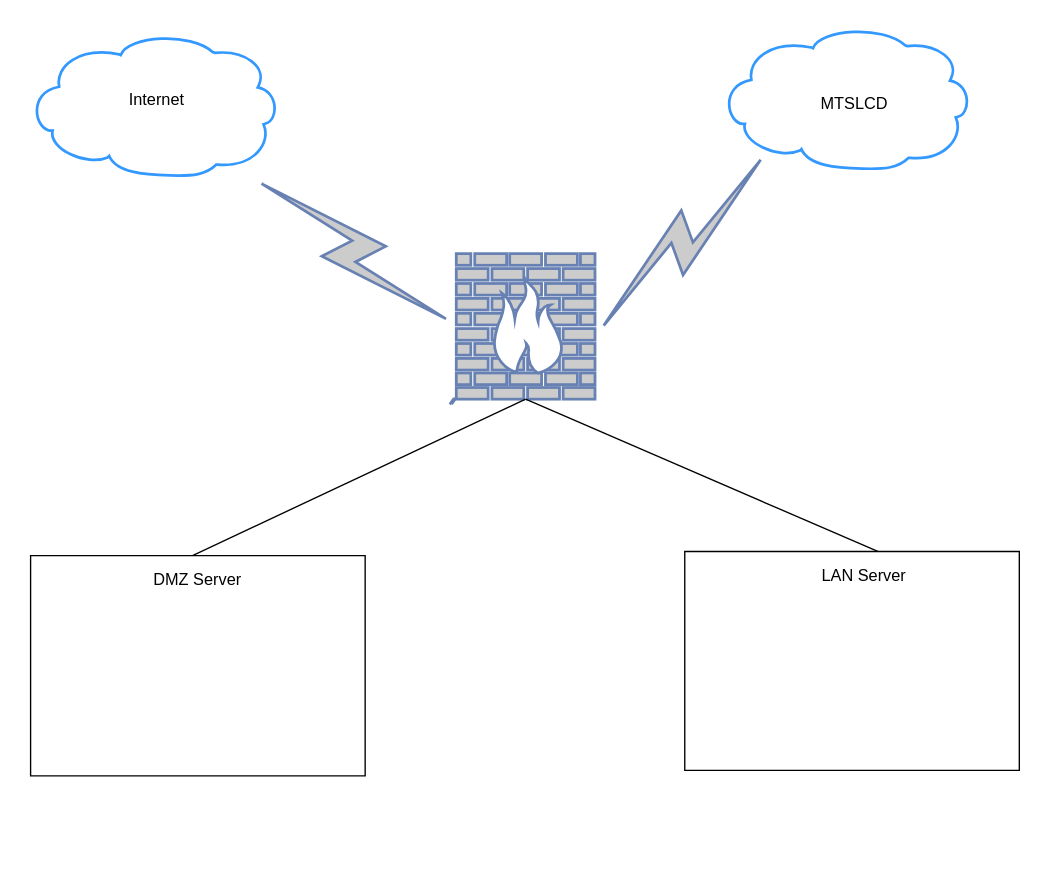
This is sodongly.drawio from pnptai94/giaydiduongbluezone, a draw.io file, before an edit. Source tidied: cells renumbered, new cells numbered last; positions are measured from the earlier drawing's top-left corner, leaving out a move shared by most shapes. Both pictures are drawn from the tidied source at 136%, with x=0, y=0 at pixel (26, 24).
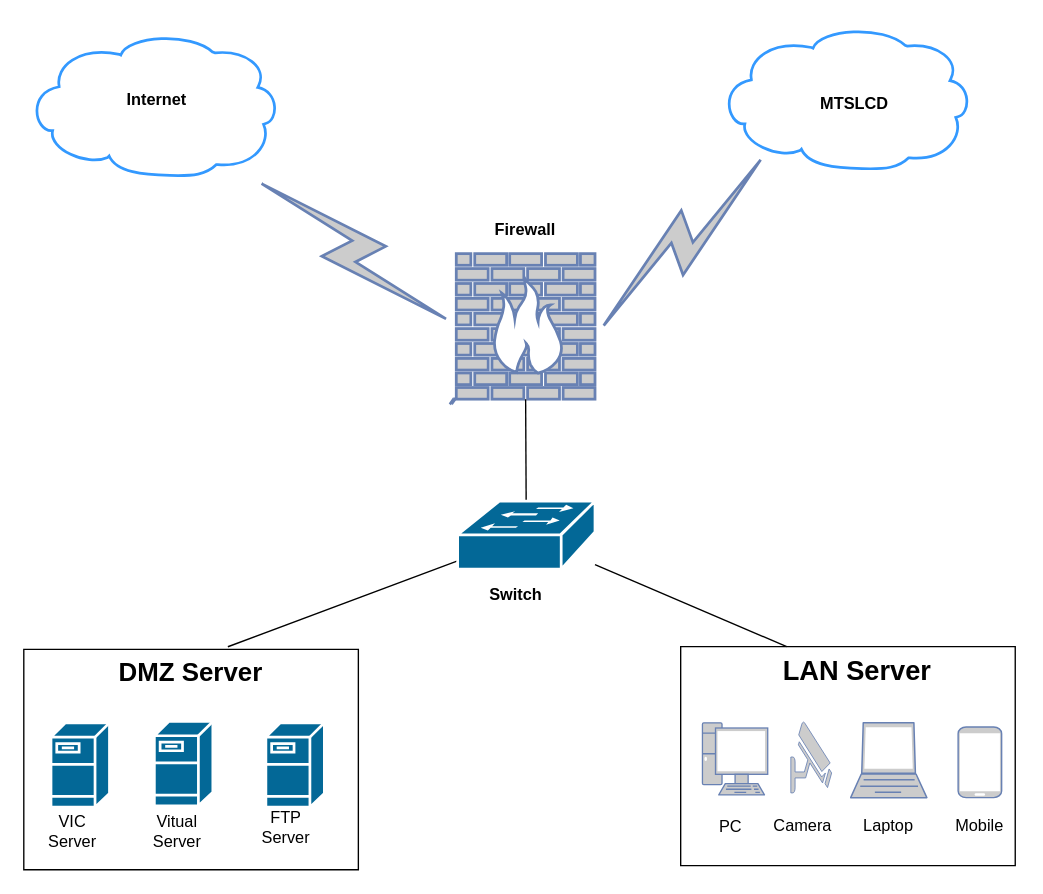
The same diagram, later.

Unchanged cells that the change refers to:
```xml
<mxCell id="5" style="fontColor=#0066CC;verticalAlign=top;verticalLabelPosition=bottom;labelPosition=center;align=center;html=1;outlineConnect=0;fillColor=#CCCCCC;strokeColor=#6881B3;gradientColor=none;gradientDirection=north;strokeWidth=2;shape=mxgraph.networks.firewall;labelBackgroundColor=#FFFFFF;" parent="1" vertex="1">
  <mxGeometry x="316" y="168" width="102" height="107" as="geometry" />
</mxCell>
```

Diff of the diagram source:
```diff
@@
-    <mxCell id="8" style="edgeStyle=none;rounded=0;jettySize=auto;html=1;entryX=0.5;entryY=1;entryDx=0;entryDy=0;entryPerimeter=0;endArrow=none;endFill=0;exitX=0.484;exitY=0;exitDx=0;exitDy=0;exitPerimeter=0;" parent="1" edge="1" source="9" target="5">
-      <mxGeometry relative="1" as="geometry" />
-    </mxCell>
     <mxCell id="9" style="verticalLabelPosition=bottom;verticalAlign=top;html=1;shape=mxgraph.basic.rect;fillColor2=none;strokeWidth=1;size=20;indent=5;labelBackgroundColor=#FFFFFF;fillColor=none;" parent="1" vertex="1">
-      <mxGeometry x="3" y="390" width="246" height="162" as="geometry" />
+      <mxGeometry x="-2" y="459" width="246" height="162" as="geometry" />
     </mxCell>
-    <mxCell id="10" style="edgeStyle=none;rounded=0;jettySize=auto;html=1;entryX=0.5;entryY=1;entryDx=0;entryDy=0;entryPerimeter=0;endArrow=none;endFill=0;exitX=0.577;exitY=0;exitDx=0;exitDy=0;exitPerimeter=0;" parent="1" edge="1" source="11" target="5">
-      <mxGeometry relative="1" as="geometry" />
-    </mxCell>
     <mxCell id="11" style="verticalLabelPosition=bottom;verticalAlign=top;html=1;shape=mxgraph.basic.rect;fillColor2=none;strokeWidth=1;size=20;indent=5;labelBackgroundColor=#FFFFFF;fillColor=none;" parent="1" vertex="1">
-      <mxGeometry x="484" y="387" width="246" height="161" as="geometry" />
+      <mxGeometry x="481" y="457" width="246" height="161" as="geometry" />
     </mxCell>
-    <mxCell id="12" value="DMZ Server" style="text;html=1;strokeColor=none;fillColor=none;align=center;verticalAlign=middle;whiteSpace=wrap;rounded=0;labelBackgroundColor=#FFFFFF;" parent="1" vertex="1">
-      <mxGeometry x="69" y="393" width="114" height="30" as="geometry" />
+    <mxCell id="12" value="&lt;b style=&quot;background-color: rgb(255 , 255 , 255)&quot;&gt;&lt;font style=&quot;font-size: 19px&quot;&gt;DMZ Server&lt;/font&gt;&lt;/b&gt;" style="text;html=1;strokeColor=none;fillColor=none;align=center;verticalAlign=middle;whiteSpace=wrap;rounded=0;labelBackgroundColor=#FFFFFF;" parent="1" vertex="1">
+      <mxGeometry x="64" y="462" width="114" height="30" as="geometry" />
     </mxCell>
-    <mxCell id="13" value="MTSLCD" style="text;html=1;strokeColor=none;fillColor=none;align=center;verticalAlign=middle;whiteSpace=wrap;rounded=0;labelBackgroundColor=#FFFFFF;" parent="1" vertex="1">
+    <mxCell id="13" value="&lt;b&gt;MTSLCD&lt;/b&gt;" style="text;html=1;strokeColor=none;fillColor=none;align=center;verticalAlign=middle;whiteSpace=wrap;rounded=0;labelBackgroundColor=#FFFFFF;" parent="1" vertex="1">
       <mxGeometry x="579" y="43" width="60" height="30" as="geometry" />
     </mxCell>
-    <mxCell id="14" value="Internet" style="text;html=1;strokeColor=none;fillColor=none;align=center;verticalAlign=middle;whiteSpace=wrap;rounded=0;labelBackgroundColor=#FFFFFF;" parent="1" vertex="1">
+    <mxCell id="14" value="&lt;b&gt;Internet&lt;/b&gt;" style="text;html=1;strokeColor=none;fillColor=none;align=center;verticalAlign=middle;whiteSpace=wrap;rounded=0;labelBackgroundColor=#FFFFFF;" parent="1" vertex="1">
       <mxGeometry x="66" y="40" width="60" height="30" as="geometry" />
     </mxCell>
-    <mxCell id="15" value="LAN Server" style="text;html=1;strokeColor=none;fillColor=none;align=center;verticalAlign=middle;whiteSpace=wrap;rounded=0;labelBackgroundColor=#FFFFFF;" parent="1" vertex="1">
-      <mxGeometry x="559" y="390" width="114" height="30" as="geometry" />
+    <mxCell id="15" value="&lt;b&gt;&lt;font style=&quot;font-size: 20px ; background-color: rgb(255 , 255 , 255)&quot;&gt;LAN Server&lt;/font&gt;&lt;/b&gt;" style="text;html=1;strokeColor=none;fillColor=none;align=center;verticalAlign=middle;whiteSpace=wrap;rounded=0;labelBackgroundColor=#FFFFFF;" parent="1" vertex="1">
+      <mxGeometry x="554" y="459" width="114" height="30" as="geometry" />
     </mxCell>
+    <mxCell id="16" style="shape=mxgraph.cisco.servers.fileserver;sketch=0;html=1;dashed=0;fillColor=#036897;strokeColor=#ffffff;strokeWidth=2;verticalLabelPosition=bottom;verticalAlign=top;align=center;labelBackgroundColor=#FFFFFF;" parent="1" vertex="1">
+      <mxGeometry x="18" y="513" width="43" height="62" as="geometry" />
+    </mxCell>
+    <mxCell id="17" style="shape=mxgraph.cisco.servers.fileserver;sketch=0;html=1;dashed=0;fillColor=#036897;strokeColor=#ffffff;strokeWidth=2;verticalLabelPosition=bottom;verticalAlign=top;align=center;labelBackgroundColor=#FFFFFF;" parent="1" vertex="1">
+      <mxGeometry x="94" y="512" width="43" height="62" as="geometry" />
+    </mxCell>
+    <mxCell id="18" style="shape=mxgraph.cisco.servers.fileserver;sketch=0;html=1;dashed=0;fillColor=#036897;strokeColor=#ffffff;strokeWidth=2;verticalLabelPosition=bottom;verticalAlign=top;align=center;labelBackgroundColor=#FFFFFF;" parent="1" vertex="1">
+      <mxGeometry x="176" y="513" width="43" height="62" as="geometry" />
+    </mxCell>
+    <mxCell id="19" style="fontColor=#0066CC;verticalAlign=top;verticalLabelPosition=bottom;labelPosition=center;align=center;html=1;fillColor=#CCCCCC;strokeColor=#6881B3;gradientColor=none;gradientDirection=north;strokeWidth=2;shape=mxgraph.networks.pc;labelBackgroundColor=#FFFFFF;" parent="1" vertex="1">
+      <mxGeometry x="497" y="513" width="48" height="53" as="geometry" />
+    </mxCell>
+    <mxCell id="20" style="fontColor=#0066CC;verticalAlign=top;verticalLabelPosition=bottom;labelPosition=center;align=center;html=1;fillColor=#CCCCCC;strokeColor=#6881B3;gradientColor=none;gradientDirection=north;strokeWidth=2;shape=mxgraph.networks.security_camera;labelBackgroundColor=#FFFFFF;" parent="1" vertex="1">
+      <mxGeometry x="562" y="512" width="30" height="52.5" as="geometry" />
+    </mxCell>
+    <mxCell id="21" style="fontColor=#0066CC;verticalAlign=top;verticalLabelPosition=bottom;labelPosition=center;align=center;html=1;fillColor=#CCCCCC;strokeColor=#6881B3;gradientColor=none;gradientDirection=north;strokeWidth=2;shape=mxgraph.networks.laptop;labelBackgroundColor=#FFFFFF;" parent="1" vertex="1">
+      <mxGeometry x="606" y="513" width="56" height="55" as="geometry" />
+    </mxCell>
+    <mxCell id="22" style="fontColor=#0066CC;verticalAlign=top;verticalLabelPosition=bottom;labelPosition=center;align=center;html=1;fillColor=#CCCCCC;strokeColor=#6881B3;gradientColor=none;gradientDirection=north;strokeWidth=2;shape=mxgraph.networks.mobile;labelBackgroundColor=#FFFFFF;" parent="1" vertex="1">
+      <mxGeometry x="685" y="516" width="32" height="52" as="geometry" />
+    </mxCell>
+    <mxCell id="23" value="FTP Server" style="text;html=1;strokeColor=none;fillColor=none;align=center;verticalAlign=middle;whiteSpace=wrap;rounded=0;labelBackgroundColor=#FFFFFF;" parent="1" vertex="1">
+      <mxGeometry x="161" y="575" width="60" height="30" as="geometry" />
+    </mxCell>
+    <mxCell id="24" value="Vitual Server" style="text;html=1;strokeColor=none;fillColor=none;align=center;verticalAlign=middle;whiteSpace=wrap;rounded=0;labelBackgroundColor=#FFFFFF;" parent="1" vertex="1">
+      <mxGeometry x="81" y="578" width="60" height="30" as="geometry" />
+    </mxCell>
+    <mxCell id="25" value="VIC Server" style="text;html=1;strokeColor=none;fillColor=none;align=center;verticalAlign=middle;whiteSpace=wrap;rounded=0;labelBackgroundColor=#FFFFFF;" parent="1" vertex="1">
+      <mxGeometry x="4" y="578" width="60" height="30" as="geometry" />
+    </mxCell>
+    <mxCell id="26" value="PC" style="text;html=1;strokeColor=none;fillColor=none;align=center;verticalAlign=middle;whiteSpace=wrap;rounded=0;labelBackgroundColor=#FFFFFF;" parent="1" vertex="1">
+      <mxGeometry x="497" y="575" width="42" height="30" as="geometry" />
+    </mxCell>
+    <mxCell id="27" value="Camera" style="text;html=1;strokeColor=none;fillColor=none;align=center;verticalAlign=middle;whiteSpace=wrap;rounded=0;labelBackgroundColor=#FFFFFF;" parent="1" vertex="1">
+      <mxGeometry x="550" y="574" width="42" height="30" as="geometry" />
+    </mxCell>
+    <mxCell id="28" value="Laptop" style="text;html=1;strokeColor=none;fillColor=none;align=center;verticalAlign=middle;whiteSpace=wrap;rounded=0;labelBackgroundColor=#FFFFFF;" parent="1" vertex="1">
+      <mxGeometry x="613" y="574" width="42" height="30" as="geometry" />
+    </mxCell>
+    <mxCell id="29" value="Mobile" style="text;html=1;strokeColor=none;fillColor=none;align=center;verticalAlign=middle;whiteSpace=wrap;rounded=0;labelBackgroundColor=#FFFFFF;" parent="1" vertex="1">
+      <mxGeometry x="680" y="574" width="42" height="30" as="geometry" />
+    </mxCell>
+    <mxCell id="30" style="edgeStyle=none;rounded=0;jettySize=auto;html=1;entryX=0.317;entryY=0;entryDx=0;entryDy=0;entryPerimeter=0;fontSize=19;endArrow=none;endFill=0;" parent="1" edge="1" source="33" target="11">
+      <mxGeometry relative="1" as="geometry" />
+    </mxCell>
+    <mxCell id="31" style="edgeStyle=none;rounded=0;jettySize=auto;html=1;entryX=0.61;entryY=-0.012;entryDx=0;entryDy=0;entryPerimeter=0;fontSize=19;endArrow=none;endFill=0;" parent="1" edge="1" source="33" target="9">
+      <mxGeometry relative="1" as="geometry" />
+    </mxCell>
+    <mxCell id="32" style="edgeStyle=none;rounded=0;jettySize=auto;html=1;entryX=0.5;entryY=1;entryDx=0;entryDy=0;entryPerimeter=0;fontSize=19;endArrow=none;endFill=0;" parent="1" edge="1" source="33" target="5">
+      <mxGeometry relative="1" as="geometry" />
+    </mxCell>
+    <mxCell id="33" style="shape=mxgraph.cisco.switches.workgroup_switch;sketch=0;html=1;dashed=0;fillColor=#036897;strokeColor=#ffffff;strokeWidth=2;verticalLabelPosition=bottom;verticalAlign=top;align=center;outlineConnect=0;labelBackgroundColor=#FFFFFF;fontSize=19;" parent="1" vertex="1">
+      <mxGeometry x="317" y="350" width="101" height="50" as="geometry" />
+    </mxCell>
+    <mxCell id="34" value="&lt;b&gt;Firewall&lt;/b&gt;" style="text;html=1;strokeColor=none;fillColor=none;align=center;verticalAlign=middle;whiteSpace=wrap;rounded=0;labelBackgroundColor=#FFFFFF;" parent="1" vertex="1">
+      <mxGeometry x="337" y="136" width="60" height="30" as="geometry" />
+    </mxCell>
+    <mxCell id="35" value="&lt;b&gt;Switch&lt;/b&gt;" style="text;html=1;strokeColor=none;fillColor=none;align=center;verticalAlign=middle;whiteSpace=wrap;rounded=0;labelBackgroundColor=#FFFFFF;" parent="1" vertex="1">
+      <mxGeometry x="330" y="404" width="60" height="30" as="geometry" />
+    </mxCell>
```
